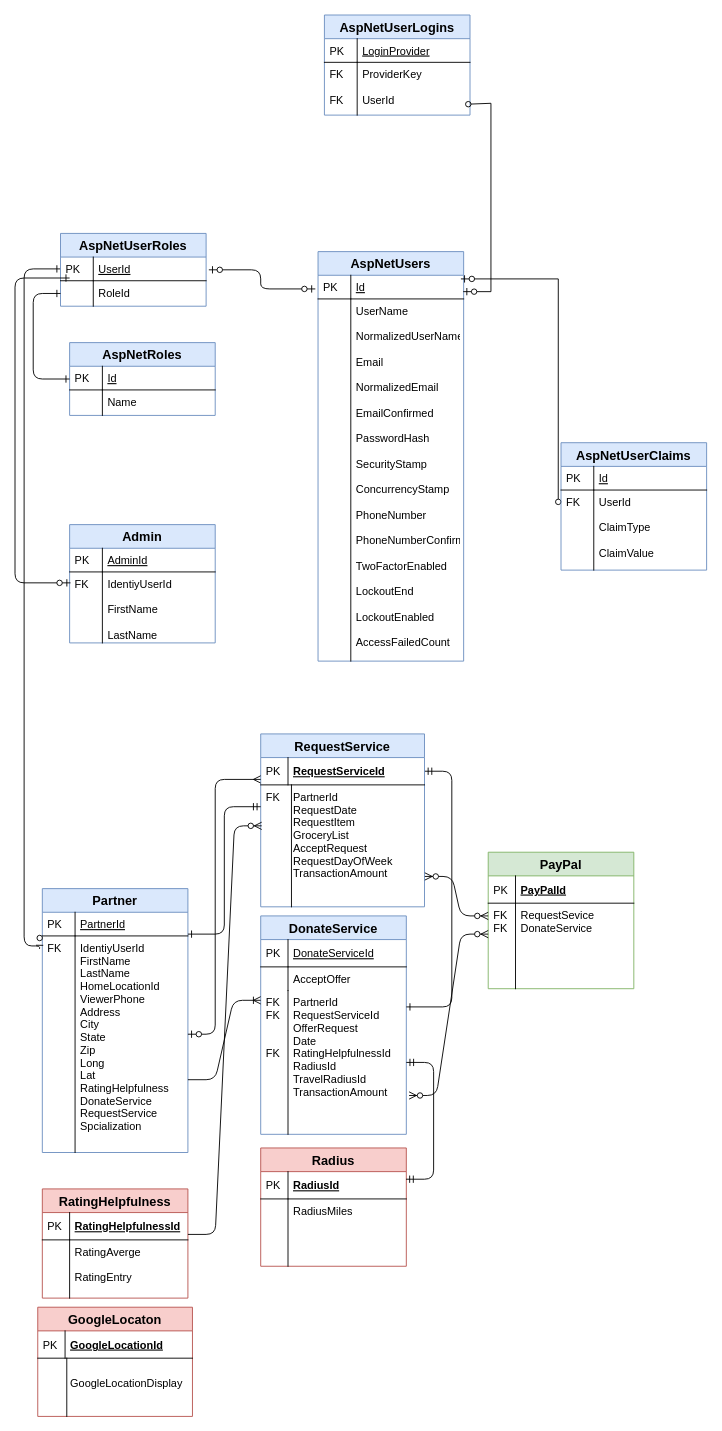
The draw.io diagram CommunityPartners-ER-Diagram.drawio in lybargerp2000/Community_Partners, before the edit. Source tidied: cells renumbered, new cells numbered last; positions are measured from the earlier drawing's top-left corner, leaving out a move shared by most shapes. Both pictures are drawn from the tidied source at 91%, with x=0, y=0 at pixel (15, 15).
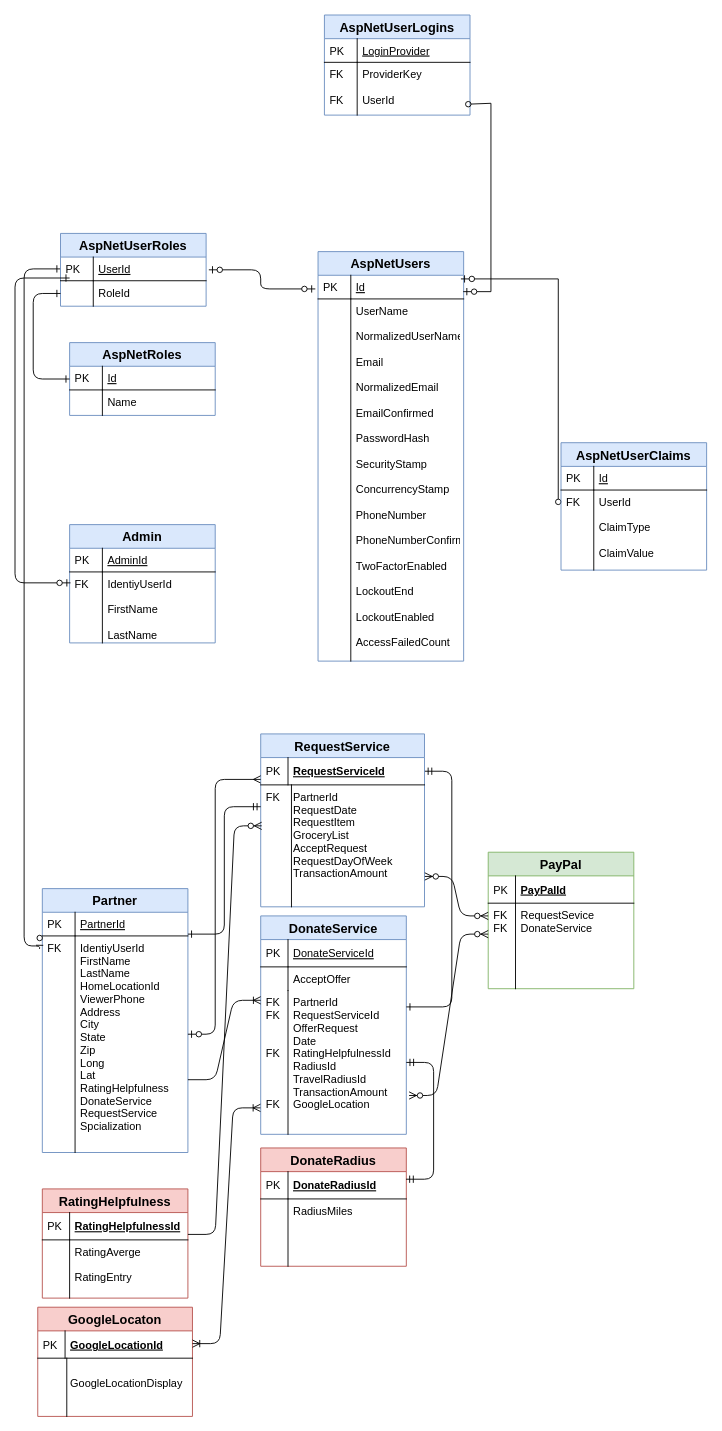
Above is the later version.

Unchanged cells that the change refers to:
```xml
<mxCell id="7" value="DonateService" style="swimlane;fontStyle=1;horizontal=1;startSize=26;align=center;fontSize=14;fillColor=#dae8fc;strokeColor=#6c8ebf;" parent="1" vertex="1">
  <mxGeometry x="270" y="990" width="160" height="240" as="geometry" />
</mxCell>
```

Diff of the diagram source:
```diff
@@
-    <mxCell id="12" value="PartnerId&#10;RequestServiceId&#10;OfferRequest&#10;Date&#10;RatingHelpfulnessId&#10;RadiusId&#10;TravelRadiusId&#10;TransactionAmount&#10;" style="shape=partialRectangle;top=0;left=0;right=0;bottom=0;align=left;verticalAlign=top;fillColor=none;spacingLeft=34;spacingRight=4;overflow=hidden;points=[[0,0.5],[1,0.5]];portConstraint=eastwest;fontSize=12;" parent="7" vertex="1">
+    <mxCell id="12" value="PartnerId&#10;RequestServiceId&#10;OfferRequest&#10;Date&#10;RatingHelpfulnessId&#10;RadiusId&#10;TravelRadiusId&#10;TransactionAmount&#10;GoogleLocation &#10;" style="shape=partialRectangle;top=0;left=0;right=0;bottom=0;align=left;verticalAlign=top;fillColor=none;spacingLeft=34;spacingRight=4;overflow=hidden;points=[[0,0.5],[1,0.5]];portConstraint=eastwest;fontSize=12;" parent="7" vertex="1">
       <mxGeometry y="82" width="160" height="158" as="geometry" />
     </mxCell>
-    <mxCell id="13" value="FK&#10;FK&#10;&#10;&#10;FK&#10;&#10;&#10;&#10;&#10;&#10;&#10;&#10;&#10;&#10;" style="shape=partialRectangle;top=0;left=0;bottom=0;fillColor=none;align=left;verticalAlign=top;spacingLeft=4;spacingRight=4;overflow=hidden;fontSize=12;" parent="12" vertex="1">
+    <mxCell id="13" value="FK&#10;FK&#10;&#10;&#10;FK&#10;&#10;&#10;&#10;FK&#10;&#10;&#10;&#10;&#10;&#10;" style="shape=partialRectangle;top=0;left=0;bottom=0;fillColor=none;align=left;verticalAlign=top;spacingLeft=4;spacingRight=4;overflow=hidden;fontSize=12;" parent="12" vertex="1">
       <mxGeometry width="30" height="158" as="geometry" />
     </mxCell>
@@
-    <mxCell id="63" value="Radius" style="swimlane;fontStyle=1;horizontal=1;startSize=26;align=center;fontSize=14;fillColor=#f8cecc;strokeColor=#b85450;" parent="1" vertex="1">
+    <mxCell id="63" value="DonateRadius" style="swimlane;fontStyle=1;horizontal=1;startSize=26;align=center;fontSize=14;fillColor=#f8cecc;strokeColor=#b85450;" parent="1" vertex="1">
       <mxGeometry x="270" y="1245" width="160" height="130" as="geometry" />
     </mxCell>
-    <mxCell id="64" value="RadiusId" style="shape=partialRectangle;top=0;left=0;right=0;bottom=1;align=left;verticalAlign=middle;fillColor=none;spacingLeft=34;spacingRight=4;overflow=hidden;points=[[0,0.5],[1,0.5]];portConstraint=eastwest;fontStyle=5;fontSize=12;" parent="63" vertex="1">
+    <mxCell id="64" value="DonateRadiusId" style="shape=partialRectangle;top=0;left=0;right=0;bottom=1;align=left;verticalAlign=middle;fillColor=none;spacingLeft=34;spacingRight=4;overflow=hidden;points=[[0,0.5],[1,0.5]];portConstraint=eastwest;fontStyle=5;fontSize=12;" parent="63" vertex="1">
       <mxGeometry y="26" width="160" height="30" as="geometry" />
     </mxCell>
@@
+    <mxCell id="85" style="edgeStyle=entityRelationEdgeStyle;fontSize=12;html=1;endArrow=ERoneToMany;startArrow=ERoneToMany;entryX=-0.002;entryY=0.816;entryDx=0;entryDy=0;entryPerimeter=0;" parent="1" edge="1" target="12">
+      <mxGeometry relative="1" as="geometry">
+        <mxPoint x="195" y="1460" as="sourcePoint" />
+      </mxGeometry>
+    </mxCell>
```
